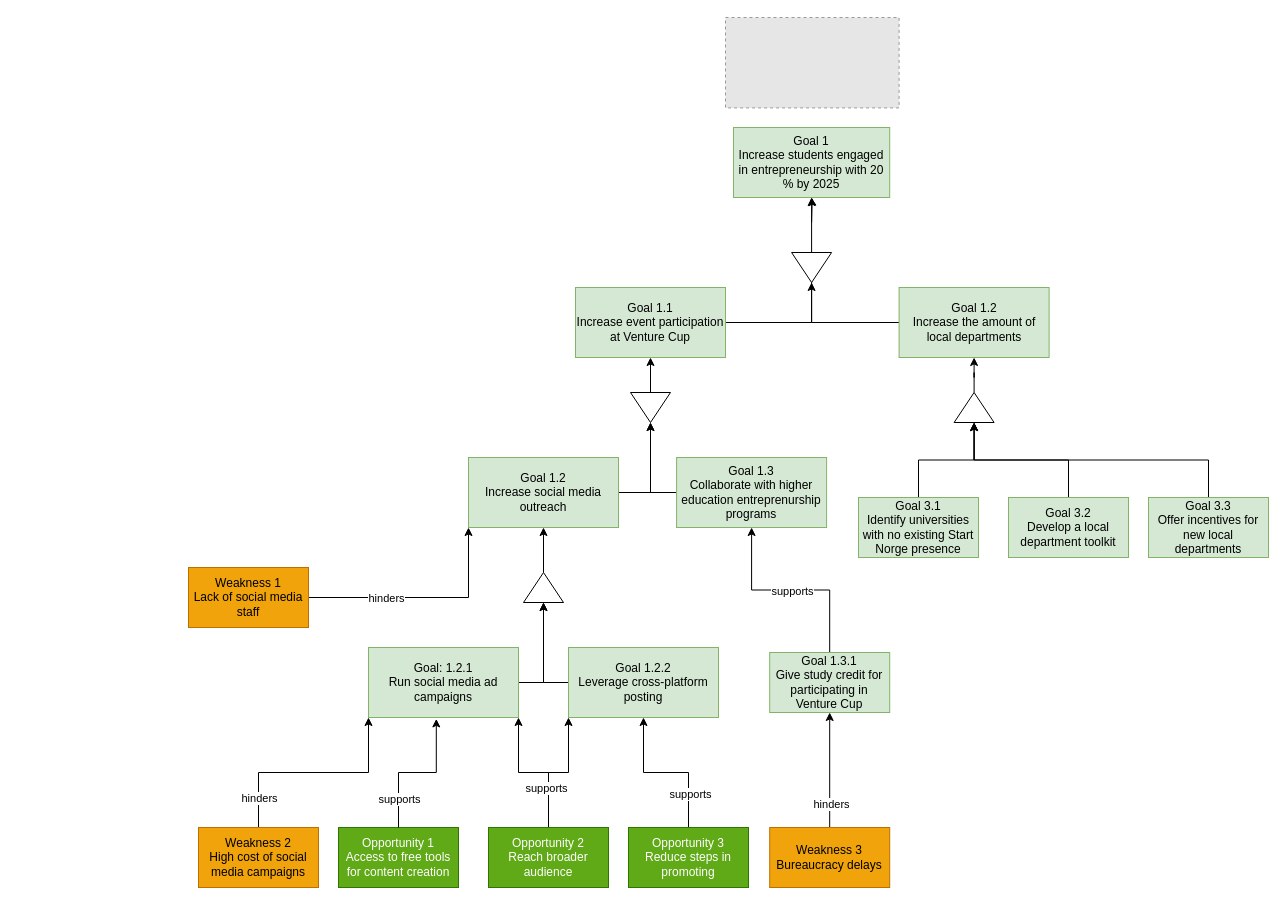
marhjoh/TDT4252-Enterprise-Architecture-for-Enterprise-Innovation keeps this draw.io diagram as Start Norge.drawio. Above is the earlier version. Source tidied: cells renumbered, new cells numbered last; positions are measured from the earlier drawing's top-left corner, leaving out a move shared by most shapes. Both pictures are drawn from the tidied source at 100%, with x=0, y=0 at pixel (188, 17). Pictures stored in the file or linked from it are replaced by grey dashed boxes.
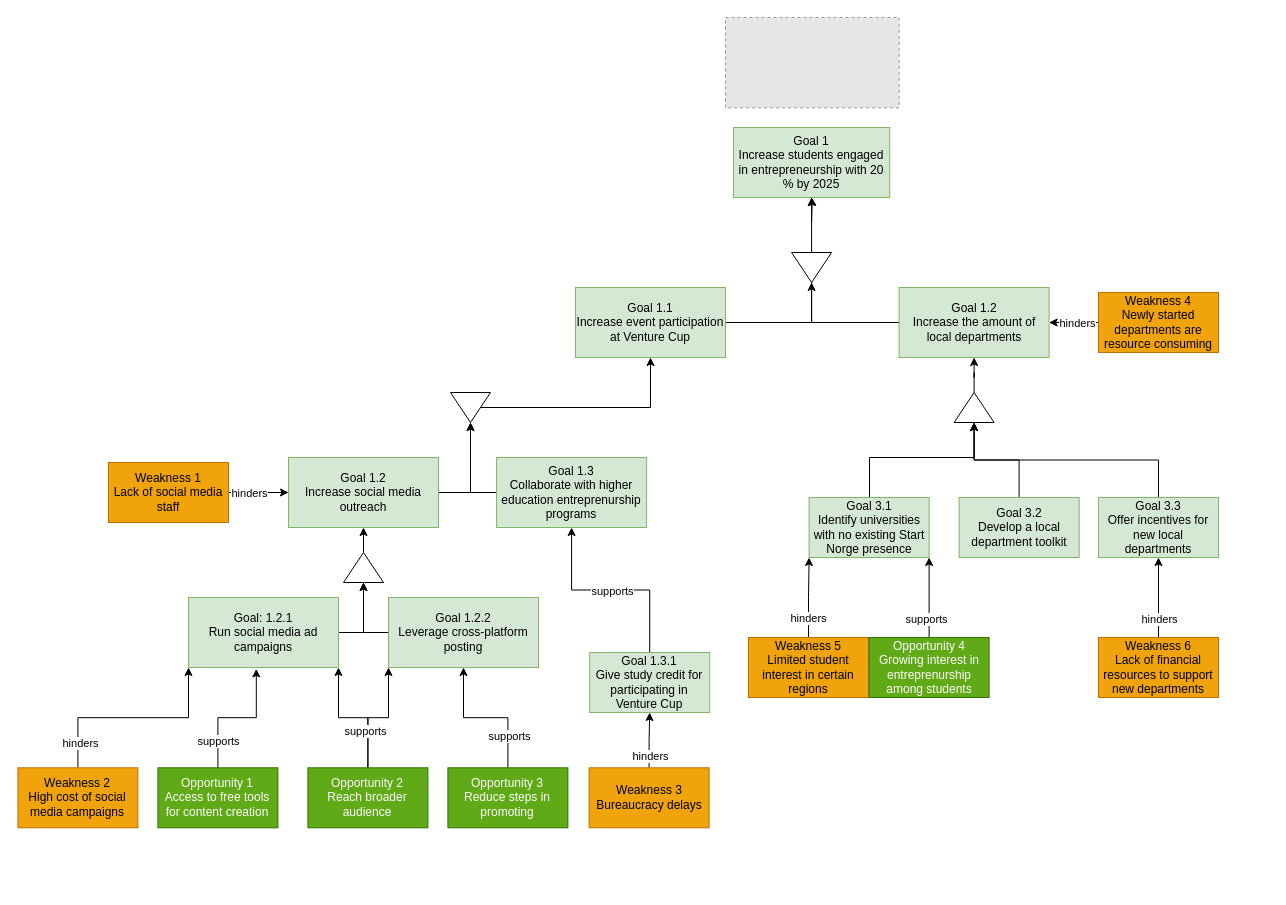
After the change.

Commit message:
refactor: last changes before checkpoint 1 for goal model

Unchanged cells that the change refers to:
```xml
<mxCell id="8" value="Goal 1.2&lt;div&gt;Increase the amount of local departments&lt;/div&gt;" style="rounded=0;whiteSpace=wrap;html=1;fillColor=#d5e8d4;strokeColor=#82b366;" parent="1" vertex="1">
  <mxGeometry x="710.6" y="270" width="150" height="70" as="geometry" />
</mxCell>
<mxCell id="27" style="triangle;whiteSpace=wrap;html=1;rotation=-90;" parent="1" vertex="1">
  <mxGeometry x="770.6" y="370" width="30" height="40" as="geometry" />
</mxCell>
```

What changed in the source:
```diff
@@
     <mxCell id="6" value="&lt;div&gt;Goal 1.2&lt;/div&gt;&lt;div&gt;Increase social media outreach&lt;/div&gt;" style="rounded=0;whiteSpace=wrap;html=1;fillColor=#d5e8d4;strokeColor=#82b366;" parent="1" vertex="1">
-      <mxGeometry x="280" y="440" width="150" height="70" as="geometry" />
+      <mxGeometry x="100" y="440" width="150" height="70" as="geometry" />
     </mxCell>
@@
     <mxCell id="10" value="Goal 1.3&lt;div&gt;Collaborate with higher education entreprenurship programs&lt;/div&gt;" style="rounded=0;whiteSpace=wrap;html=1;fillColor=#d5e8d4;strokeColor=#82b366;" parent="1" vertex="1">
-      <mxGeometry x="488.1" y="440" width="150" height="70" as="geometry" />
+      <mxGeometry x="308.1" y="440" width="150" height="70" as="geometry" />
     </mxCell>
@@
     <mxCell id="12" value="Goal 1.2.2&lt;div&gt;Leverage cross-platform posting&lt;/div&gt;" style="rounded=0;whiteSpace=wrap;html=1;fillColor=#d5e8d4;strokeColor=#82b366;" parent="1" vertex="1">
-      <mxGeometry x="380" y="630" width="150" height="70" as="geometry" />
+      <mxGeometry x="200" y="580" width="150" height="70" as="geometry" />
     </mxCell>
@@
     <mxCell id="14" value="Goal: 1.2.1&lt;div&gt;Run social media ad campaigns&lt;/div&gt;" style="rounded=0;whiteSpace=wrap;html=1;fillColor=#d5e8d4;strokeColor=#82b366;" parent="1" vertex="1">
-      <mxGeometry x="180" y="630" width="150" height="70" as="geometry" />
+      <mxGeometry y="580" width="150" height="70" as="geometry" />
     </mxCell>
@@
     <mxCell id="16" value="Goal 3.2&lt;div&gt;Develop a local department toolkit&lt;/div&gt;" style="whiteSpace=wrap;html=1;fillColor=#d5e8d4;strokeColor=#82b366;" parent="1" vertex="1">
-      <mxGeometry x="820" y="480" width="120" height="60" as="geometry" />
+      <mxGeometry x="770.6" y="480" width="120" height="60" as="geometry" />
     </mxCell>
@@
     <mxCell id="18" value="Goal 3.3&lt;div&gt;Offer incentives for new local departments&lt;/div&gt;" style="whiteSpace=wrap;html=1;fillColor=#d5e8d4;strokeColor=#82b366;" parent="1" vertex="1">
-      <mxGeometry x="960" y="480" width="120" height="60" as="geometry" />
+      <mxGeometry x="910" y="480" width="120" height="60" as="geometry" />
     </mxCell>
@@
     <mxCell id="23" style="triangle;whiteSpace=wrap;html=1;rotation=90;" parent="1" vertex="1">
-      <mxGeometry x="447" y="370" width="30" height="40" as="geometry" />
+      <mxGeometry x="267" y="370" width="30" height="40" as="geometry" />
     </mxCell>
-    <mxCell id="24" style="edgeStyle=orthogonalEdgeStyle;rounded=0;jettySize=auto;html=1;entryX=0;entryY=0.5;entryDx=0;entryDy=0;" parent="1" edge="1" source="25" target="27">
-      <mxGeometry relative="1" as="geometry" />
+    <mxCell id="24" style="edgeStyle=orthogonalEdgeStyle;rounded=0;jettySize=auto;html=1;entryX=0;entryY=0.5;entryDx=0;entryDy=0;exitX=1;exitY=0.5;exitDx=0;exitDy=0;" parent="1" edge="1" source="25" target="27">
+      <mxGeometry relative="1" as="geometry">
+        <Array as="points">
+          <mxPoint x="681" y="510" />
+          <mxPoint x="681" y="440" />
+          <mxPoint x="786" y="440" />
+        </Array>
+      </mxGeometry>
     </mxCell>
     <mxCell id="25" value="Goal 3.1&lt;div&gt;Identify universities with no existing Start Norge presence&lt;/div&gt;" style="whiteSpace=wrap;html=1;fillColor=#d5e8d4;strokeColor=#82b366;" parent="1" vertex="1">
-      <mxGeometry x="670" y="480" width="120" height="60" as="geometry" />
+      <mxGeometry x="620.6" y="480" width="120" height="60" as="geometry" />
     </mxCell>
@@
     <mxCell id="30" value="Weakness 2&lt;div&gt;High cost of social media campaigns&lt;/div&gt;" style="rounded=0;whiteSpace=wrap;html=1;fillColor=#f0a30a;strokeColor=#BD7000;fontColor=#000000;" parent="1" vertex="1">
-      <mxGeometry x="10" y="810" width="120" height="60" as="geometry" />
+      <mxGeometry x="-170.6" y="750.3" width="120" height="60" as="geometry" />
     </mxCell>
-    <mxCell id="31" style="edgeStyle=orthogonalEdgeStyle;rounded=0;jettySize=auto;html=1;entryX=0;entryY=1;entryDx=0;entryDy=0;" parent="1" edge="1" source="33" target="6">
+    <mxCell id="31" style="edgeStyle=orthogonalEdgeStyle;rounded=0;jettySize=auto;html=1;entryX=0;entryY=0.5;entryDx=0;entryDy=0;" parent="1" edge="1" source="33" target="6">
       <mxGeometry relative="1" as="geometry" />
     </mxCell>
@@
     <mxCell id="33" value="Weakness 1&lt;div&gt;Lack of social media staff&lt;/div&gt;" style="rounded=0;whiteSpace=wrap;html=1;fillColor=#f0a30a;strokeColor=#BD7000;fontColor=#000000;" parent="1" vertex="1">
-      <mxGeometry y="550" width="120" height="60" as="geometry" />
+      <mxGeometry x="-80" y="445" width="120" height="60" as="geometry" />
     </mxCell>
@@
     <mxCell id="35" style="triangle;whiteSpace=wrap;html=1;rotation=-90;" parent="1" vertex="1">
-      <mxGeometry x="340" y="550" width="30" height="40" as="geometry" />
+      <mxGeometry x="160" y="530" width="30" height="40" as="geometry" />
     </mxCell>
     <mxCell id="36" value="Opportunity 1&lt;div&gt;Access to free tools for content creation&lt;br&gt;&lt;/div&gt;" style="rounded=0;whiteSpace=wrap;html=1;fillColor=#60a917;fontColor=#ffffff;strokeColor=#2D7600;" parent="1" vertex="1">
-      <mxGeometry x="150" y="810" width="120" height="60" as="geometry" />
+      <mxGeometry x="-30.6" y="750.3" width="120" height="60" as="geometry" />
     </mxCell>
@@
     <mxCell id="41" value="Opportunity 3&lt;div&gt;Reduce steps in promoting&lt;br&gt;&lt;/div&gt;" style="rounded=0;whiteSpace=wrap;html=1;fillColor=#60a917;fontColor=#ffffff;strokeColor=#2D7600;" parent="1" vertex="1">
-      <mxGeometry x="440" y="810" width="120" height="60" as="geometry" />
+      <mxGeometry x="259.4" y="750.3" width="120" height="60" as="geometry" />
     </mxCell>
@@
     <mxCell id="45" value="Opportunity 2&lt;div&gt;Reach broader audience&lt;br&gt;&lt;/div&gt;" style="rounded=0;whiteSpace=wrap;html=1;fillColor=#60a917;fontColor=#ffffff;strokeColor=#2D7600;" parent="1" vertex="1">
-      <mxGeometry x="300" y="810" width="120" height="60" as="geometry" />
+      <mxGeometry x="119.4" y="750.3" width="120" height="60" as="geometry" />
     </mxCell>
@@
     <mxCell id="48" value="Goal 1.3.1&lt;div&gt;Give study credit for participating in Venture Cup&lt;/div&gt;" style="rounded=0;whiteSpace=wrap;html=1;fillColor=#d5e8d4;strokeColor=#82b366;" parent="1" vertex="1">
-      <mxGeometry x="581.2" y="635" width="120" height="60" as="geometry" />
+      <mxGeometry x="401.2" y="635" width="120" height="60" as="geometry" />
     </mxCell>
@@
     <mxCell id="51" value="Weakness 3&lt;div&gt;Bureaucracy delays&lt;/div&gt;" style="rounded=0;whiteSpace=wrap;html=1;fillColor=#f0a30a;strokeColor=#BD7000;fontColor=#000000;" parent="1" vertex="1">
-      <mxGeometry x="581.2" y="810" width="120" height="60" as="geometry" />
+      <mxGeometry x="400.6" y="750.3" width="120" height="60" as="geometry" />
     </mxCell>
+    <mxCell id="52" style="edgeStyle=orthogonalEdgeStyle;rounded=0;jettySize=auto;html=1;entryX=0;entryY=1;entryDx=0;entryDy=0;exitX=0.5;exitY=0;exitDx=0;exitDy=0;" parent="1" edge="1" source="54" target="25">
+      <mxGeometry relative="1" as="geometry" />
+    </mxCell>
+    <mxCell id="53" value="hinders" style="edgeLabel;html=1;align=center;verticalAlign=middle;" parent="52" vertex="1">
+      <mxGeometry x="0.2" relative="1" as="geometry">
+        <mxPoint x="-1" y="28" as="offset" />
+      </mxGeometry>
+    </mxCell>
+    <mxCell id="54" value="Weakness 5&lt;div&gt;Limited student interest in certain regions&lt;/div&gt;" style="rounded=0;whiteSpace=wrap;html=1;fillColor=#f0a30a;strokeColor=#BD7000;fontColor=#000000;" parent="1" vertex="1">
+      <mxGeometry x="560" y="620" width="120" height="60" as="geometry" />
+    </mxCell>
+    <mxCell id="55" style="edgeStyle=orthogonalEdgeStyle;rounded=0;jettySize=auto;html=1;entryX=0.5;entryY=1;entryDx=0;entryDy=0;" parent="1" edge="1" source="57" target="18">
+      <mxGeometry relative="1" as="geometry" />
+    </mxCell>
+    <mxCell id="56" value="hinders" style="edgeLabel;html=1;align=center;verticalAlign=middle;" parent="55" vertex="1">
+      <mxGeometry x="0.26" y="2" relative="1" as="geometry">
+        <mxPoint x="2" y="31" as="offset" />
+      </mxGeometry>
+    </mxCell>
+    <mxCell id="57" value="Weakness 6&lt;div&gt;Lack of financial resources to support new departments&lt;/div&gt;" style="rounded=0;whiteSpace=wrap;html=1;fillColor=#f0a30a;strokeColor=#BD7000;fontColor=#000000;" parent="1" vertex="1">
+      <mxGeometry x="910" y="620" width="120" height="60" as="geometry" />
+    </mxCell>
+    <mxCell id="58" style="edgeStyle=orthogonalEdgeStyle;rounded=0;jettySize=auto;html=1;entryX=1;entryY=1;entryDx=0;entryDy=0;" parent="1" edge="1" source="60" target="25">
+      <mxGeometry relative="1" as="geometry" />
+    </mxCell>
+    <mxCell id="59" value="supports" style="edgeLabel;html=1;align=center;verticalAlign=middle;" parent="58" vertex="1">
+      <mxGeometry x="-0.1" y="3" relative="1" as="geometry">
+        <mxPoint y="17" as="offset" />
+      </mxGeometry>
+    </mxCell>
+    <mxCell id="60" value="Opportunity 4&lt;div&gt;Growing interest in entreprenurship among students&lt;/div&gt;" style="rounded=0;whiteSpace=wrap;html=1;fillColor=#60a917;fontColor=#ffffff;strokeColor=#2D7600;" parent="1" vertex="1">
+      <mxGeometry x="680.6" y="620" width="120" height="60" as="geometry" />
+    </mxCell>
+    <mxCell id="61" style="edgeStyle=orthogonalEdgeStyle;rounded=0;jettySize=auto;html=1;" parent="1" edge="1" source="63" target="8">
+      <mxGeometry relative="1" as="geometry" />
+    </mxCell>
+    <mxCell id="62" value="hinders" style="edgeLabel;html=1;align=center;verticalAlign=middle;" parent="61" vertex="1">
+      <mxGeometry x="-0.1" relative="1" as="geometry" />
+    </mxCell>
+    <mxCell id="63" value="Weakness 4&lt;div&gt;Newly started departments are resource consuming&lt;/div&gt;" style="rounded=0;whiteSpace=wrap;html=1;fillColor=#f0a30a;strokeColor=#BD7000;fontColor=#000000;" parent="1" vertex="1">
+      <mxGeometry x="910" y="275" width="120" height="60" as="geometry" />
+    </mxCell>
```
